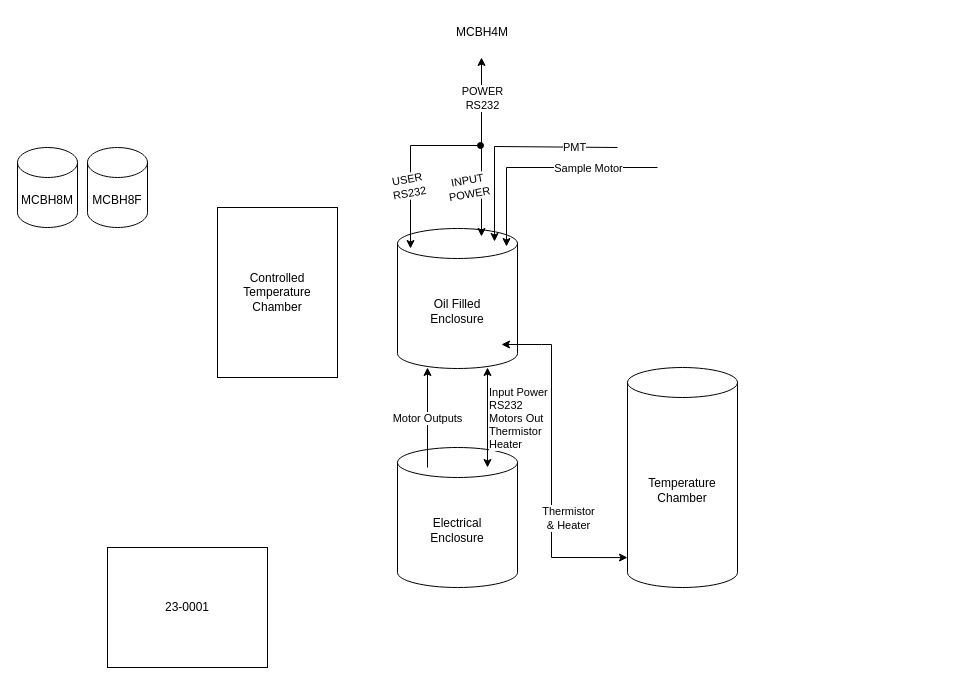
williamapardis/SOLARIS keeps this draw.io diagram as hardware/electrical/SOLARIS_Diagram.drawio. Above is the earlier version. Source tidied: cells renumbered, new cells numbered last; positions are measured from the earlier drawing's top-left corner, leaving out a move shared by most shapes. Both pictures are drawn from the tidied source at 100%, with x=0, y=0 at pixel (17, 17).
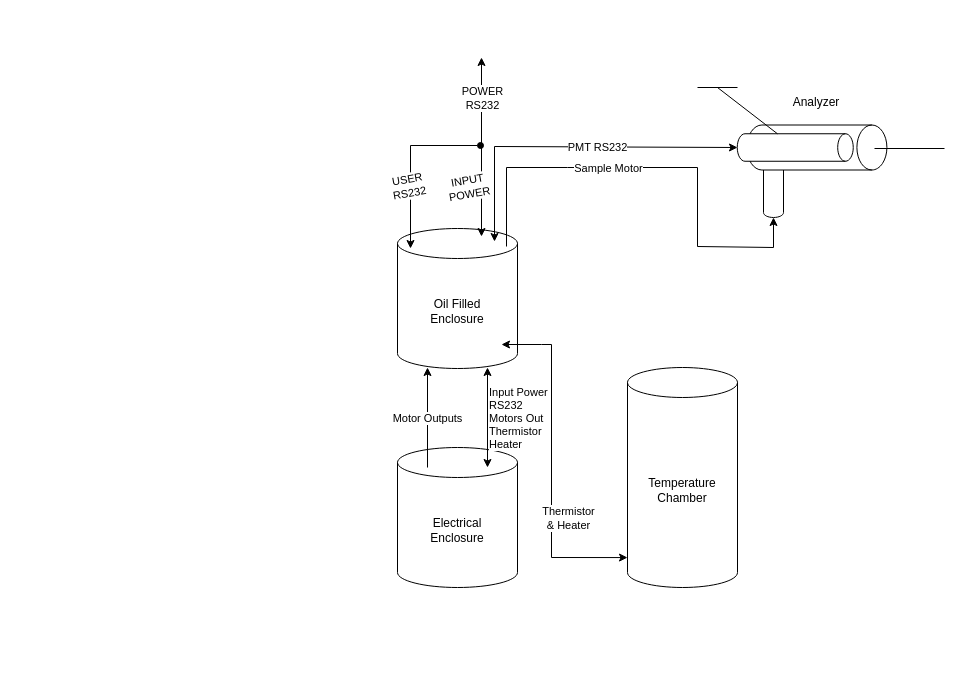
Above is the later version.

Diff of the diagram source:
```diff
@@
+    <mxCell id="25" style="shape=cylinder3;whiteSpace=wrap;html=1;boundedLbl=1;backgroundOutline=1;size=4.901561390269762;" parent="1" vertex="1">
+      <mxGeometry x="746" y="140" width="20" height="60" as="geometry" />
+    </mxCell>
+    <mxCell id="26" style="shape=cylinder3;whiteSpace=wrap;html=1;boundedLbl=1;backgroundOutline=1;size=15;rotation=90;" parent="1" vertex="1">
+      <mxGeometry x="776.9" y="60" width="45" height="140" as="geometry" />
+    </mxCell>
+    <mxCell id="27" style="shape=cylinder3;whiteSpace=wrap;html=1;boundedLbl=1;backgroundOutline=1;size=7.7745611017402325;rotation=90;" parent="1" vertex="1">
+      <mxGeometry x="764" y="72" width="27.5" height="116" as="geometry" />
+    </mxCell>
@@
-    <mxCell id="3" value="Controlled&lt;br&gt;Temperature&lt;br&gt;Chamber" style="rounded=0;whiteSpace=wrap;html=1;" parent="1" vertex="1">
-      <mxGeometry x="200" y="190" width="120" height="170" as="geometry" />
-    </mxCell>
-    <mxCell id="4" value="23-0001" style="rounded=0;whiteSpace=wrap;html=1;" parent="1" vertex="1">
-      <mxGeometry x="90" y="530" width="160" height="120" as="geometry" />
-    </mxCell>
-    <mxCell id="5" value="MCBH8M" style="shape=cylinder3;whiteSpace=wrap;html=1;boundedLbl=1;backgroundOutline=1;size=15;" parent="1" vertex="1">
-      <mxGeometry y="130" width="60" height="80" as="geometry" />
-    </mxCell>
-    <mxCell id="6" value="MCBH8F" style="shape=cylinder3;whiteSpace=wrap;html=1;boundedLbl=1;backgroundOutline=1;size=15;" parent="1" vertex="1">
-      <mxGeometry x="70" y="130" width="60" height="80" as="geometry" />
-    </mxCell>
@@
-    <mxCell id="17" style="endArrow=classic;html=1;rounded=0;" parent="1" edge="1">
+    <mxCell id="17" style="endArrow=classic;html=1;rounded=0;startArrow=classic;startFill=1;" parent="1" edge="1">
       <mxGeometry relative="1" as="geometry">
-        <mxPoint x="600" y="130" as="sourcePoint" />
+        <mxPoint x="720" y="130" as="sourcePoint" />
         <mxPoint x="477" y="224" as="targetPoint" />
         <Array as="points">
           <mxPoint x="477" y="129" />
         </Array>
       </mxGeometry>
     </mxCell>
-    <mxCell id="18" value="PMT" style="edgeLabel;html=1;align=center;verticalAlign=middle;" parent="17" vertex="1">
-      <mxGeometry x="-0.6" relative="1" as="geometry" />
+    <mxCell id="18" value="PMT RS232" style="edgeLabel;html=1;align=center;verticalAlign=middle;" parent="17" vertex="1">
+      <mxGeometry x="-0.6" relative="1" as="geometry">
+        <mxPoint x="-73" as="offset" />
+      </mxGeometry>
     </mxCell>
-    <mxCell id="19" style="endArrow=classic;html=1;rounded=0;" parent="1" edge="1">
+    <mxCell id="19" style="endArrow=none;html=1;rounded=0;exitX=0.5;exitY=1;exitDx=0;exitDy=0;exitPerimeter=0;startArrow=classic;startFill=1;endFill=0;" parent="1" edge="1" source="25">
       <mxGeometry relative="1" as="geometry">
-        <mxPoint x="640" y="150" as="sourcePoint" />
         <mxPoint x="489" y="229" as="targetPoint" />
         <Array as="points">
+          <mxPoint x="756" y="230" />
+          <mxPoint x="680" y="229" />
+          <mxPoint x="680" y="150" />
           <mxPoint x="550" y="150" />
           <mxPoint x="489" y="150" />
         </Array>
       </mxGeometry>
     </mxCell>
     <mxCell id="20" value="Sample Motor" style="edgeLabel;html=1;align=center;verticalAlign=middle;" parent="19" vertex="1">
       <mxGeometry x="-0.64" relative="1" as="geometry">
-        <mxPoint x="-29" as="offset" />
+        <mxPoint x="-114" y="-79" as="offset" />
       </mxGeometry>
     </mxCell>
-    <mxCell id="21" value="MCBH4M" style="text;strokeColor=none;align=center;fillColor=none;html=1;verticalAlign=middle;whiteSpace=wrap;rounded=0;" parent="1" vertex="1">
-      <mxGeometry x="430" width="70" height="30" as="geometry" />
-    </mxCell>
@@
+    <mxCell id="28" style="endArrow=none;html=1;rounded=0;" parent="1" edge="1">
+      <mxGeometry relative="1" as="geometry">
+        <mxPoint x="857" y="131" as="sourcePoint" />
+        <mxPoint x="927" y="131" as="targetPoint" />
+      </mxGeometry>
+    </mxCell>
+    <mxCell id="29" style="endArrow=none;html=1;rounded=0;" parent="1" edge="1" target="27">
+      <mxGeometry relative="1" as="geometry">
+        <mxPoint x="700" y="70" as="sourcePoint" />
+      </mxGeometry>
+    </mxCell>
+    <mxCell id="30" style="endArrow=none;html=1;rounded=0;" parent="1" edge="1">
+      <mxGeometry relative="1" as="geometry">
+        <mxPoint x="680" y="70" as="sourcePoint" />
+        <mxPoint x="720" y="70" as="targetPoint" />
+      </mxGeometry>
+    </mxCell>
+    <mxCell id="31" value="Analyzer" style="text;strokeColor=none;align=center;fillColor=none;html=1;verticalAlign=middle;whiteSpace=wrap;rounded=0;" parent="1" vertex="1">
+      <mxGeometry x="764" y="70" width="70" height="30" as="geometry" />
+    </mxCell>
```
